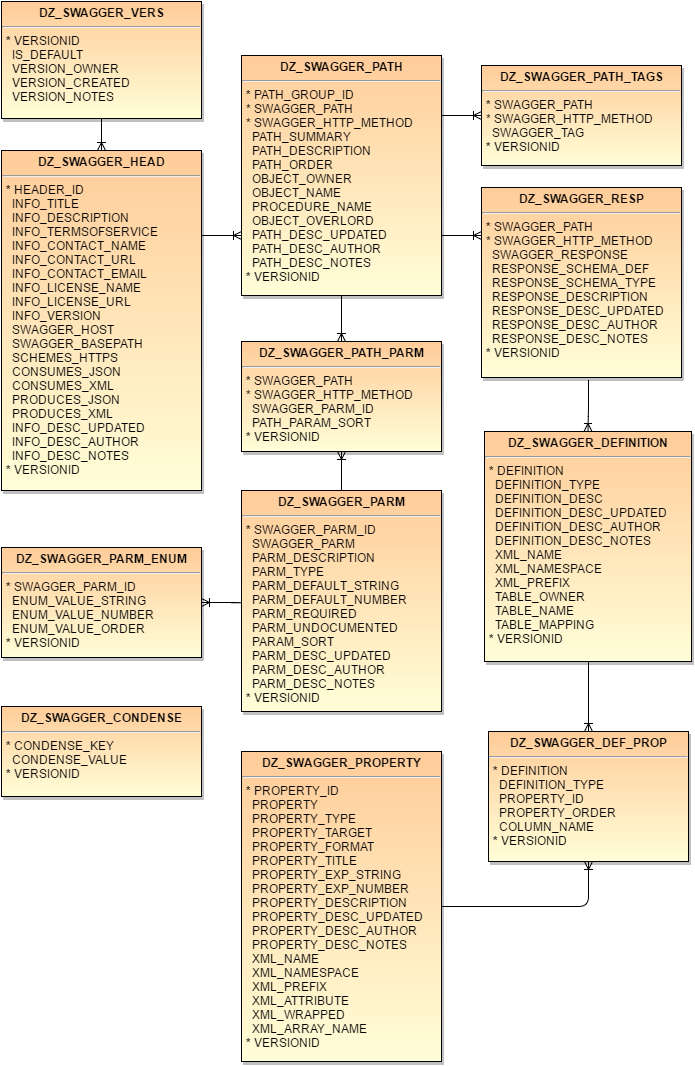
This is ERD.png from pauldzy/DZ_SWAGGER, a draw.io export, as it was before one commit. Source tidied: cells renumbered, new cells last; positions are measured from the earlier drawing's top-left corner, leaving out a move shared by most shapes.
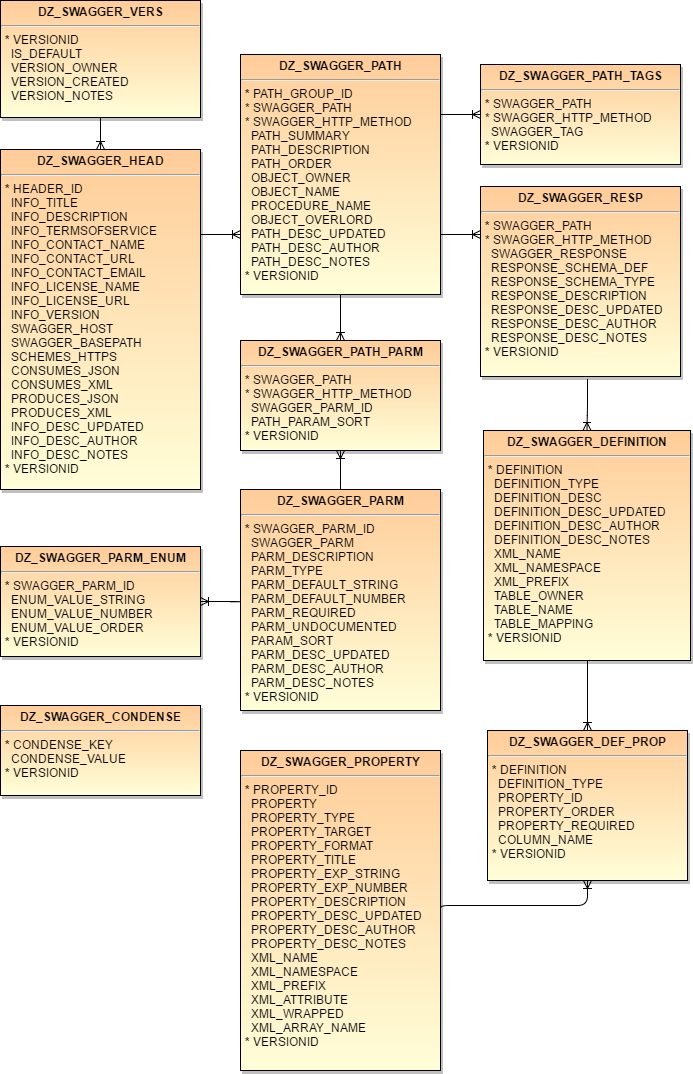
Later version of the same file.

Change to the diagram source:
```diff
@@ -53,11 +53,11 @@
     <mxCell id="18" style="edgeStyle=elbowEdgeStyle;html=1;endArrow=ERoneToMany;exitX=0.535;exitY=1.016;elbow=vertical;exitPerimeter=0;" parent="1" edge="1" source="7" target="17">
       <mxGeometry x="160" y="157" as="geometry" />
     </mxCell>
-    <mxCell id="19" value="&lt;p style=&quot;margin: 0px ; margin-top: 4px ; text-align: center&quot;&gt;&lt;strong&gt;DZ_SWAGGER_DEF_PROP&lt;/strong&gt;&lt;/p&gt;&lt;hr&gt;&lt;p style=&quot;margin: 0px ; margin-left: 4px&quot;&gt;&lt;b&gt;*&amp;nbsp;&lt;/b&gt;DEFINITION&lt;/p&gt;&lt;p style=&quot;margin: 0px ; margin-left: 4px&quot;&gt;&lt;span&gt;&amp;nbsp; DEFINITION_TYPE&lt;/span&gt;&lt;/p&gt;&lt;p style=&quot;margin: 0px ; margin-left: 4px&quot;&gt;&lt;span&gt;&amp;nbsp; PROPERTY_ID&lt;/span&gt;&lt;/p&gt;&lt;p style=&quot;margin: 0px ; margin-left: 4px&quot;&gt;&lt;span&gt;&amp;nbsp; PROPERTY_ORDER&lt;/span&gt;&lt;/p&gt;&lt;p style=&quot;margin: 0px ; margin-left: 4px&quot;&gt;&lt;span&gt;&amp;nbsp; COLUMN_NAME&lt;/span&gt;&lt;/p&gt;&lt;p style=&quot;margin: 0px ; margin-left: 4px&quot;&gt;&lt;b&gt;*&amp;nbsp;&lt;/b&gt;&lt;span&gt;VERSIONID&lt;/span&gt;&lt;/p&gt;" style="shadow=1;fillColor=#FFCC99;gradientColor=#FFFED8;verticalAlign=top;align=left;overflow=fill;fontSize=12;fontFamily=Helvetica;html=1;" parent="1" vertex="1">
-      <mxGeometry x="487" y="730" width="200" height="130" as="geometry" />
+    <mxCell id="19" value="&lt;p style=&quot;margin: 0px ; margin-top: 4px ; text-align: center&quot;&gt;&lt;strong&gt;DZ_SWAGGER_DEF_PROP&lt;/strong&gt;&lt;/p&gt;&lt;hr&gt;&lt;p style=&quot;margin: 0px ; margin-left: 4px&quot;&gt;&lt;b&gt;*&amp;nbsp;&lt;/b&gt;DEFINITION&lt;/p&gt;&lt;p style=&quot;margin: 0px ; margin-left: 4px&quot;&gt;&lt;span&gt;&amp;nbsp; DEFINITION_TYPE&lt;/span&gt;&lt;/p&gt;&lt;p style=&quot;margin: 0px ; margin-left: 4px&quot;&gt;&lt;span&gt;&amp;nbsp; PROPERTY_ID&lt;/span&gt;&lt;/p&gt;&lt;p style=&quot;margin: 0px ; margin-left: 4px&quot;&gt;&lt;span&gt;&amp;nbsp; PROPERTY_ORDER&lt;/span&gt;&lt;/p&gt;&lt;p style=&quot;margin: 0px ; margin-left: 4px&quot;&gt;&lt;span&gt;&amp;nbsp; PROPERTY_REQUIRED&lt;/span&gt;&lt;/p&gt;&lt;p style=&quot;margin: 0px ; margin-left: 4px&quot;&gt;&lt;span&gt;&amp;nbsp; COLUMN_NAME&lt;/span&gt;&lt;/p&gt;&lt;p style=&quot;margin: 0px ; margin-left: 4px&quot;&gt;&lt;b&gt;*&amp;nbsp;&lt;/b&gt;&lt;span&gt;VERSIONID&lt;/span&gt;&lt;/p&gt;" style="shadow=1;fillColor=#FFCC99;gradientColor=#FFFED8;verticalAlign=top;align=left;overflow=fill;fontSize=12;fontFamily=Helvetica;html=1;" parent="1" vertex="1">
+      <mxGeometry x="487" y="730" width="200" height="150" as="geometry" />
     </mxCell>
     <mxCell id="20" value="&lt;p style=&quot;margin: 0px ; margin-top: 4px ; text-align: center&quot;&gt;&lt;strong&gt;DZ_SWAGGER_PROPERTY&lt;/strong&gt;&lt;/p&gt;&lt;hr&gt;&lt;p style=&quot;margin: 0px ; margin-left: 4px&quot;&gt;&lt;b&gt;*&amp;nbsp;&lt;/b&gt;&lt;span&gt;PROPERTY_ID&lt;/span&gt;&lt;/p&gt;&lt;p style=&quot;margin: 0px ; margin-left: 4px&quot;&gt;&lt;span&gt;&amp;nbsp; PROPERTY&lt;/span&gt;&lt;/p&gt;&lt;p style=&quot;margin: 0px ; margin-left: 4px&quot;&gt;&lt;span&gt;&amp;nbsp; PROPERTY_TYPE&lt;/span&gt;&lt;/p&gt;&lt;p style=&quot;margin: 0px ; margin-left: 4px&quot;&gt;&lt;span&gt;&amp;nbsp; PROPERTY_TARGET&lt;/span&gt;&lt;/p&gt;&lt;p style=&quot;margin: 0px ; margin-left: 4px&quot;&gt;&lt;span&gt;&amp;nbsp; PROPERTY_FORMAT&lt;/span&gt;&lt;/p&gt;&lt;p style=&quot;margin: 0px ; margin-left: 4px&quot;&gt;&amp;nbsp; PROPERTY_TITLE&lt;/p&gt;&lt;p style=&quot;margin: 0px ; margin-left: 4px&quot;&gt;&lt;span&gt;&amp;nbsp; PROPERTY_EXP_STRING&lt;/span&gt;&lt;/p&gt;&lt;p style=&quot;margin: 0px ; margin-left: 4px&quot;&gt;&lt;span&gt;&amp;nbsp; PROPERTY_EXP_NUMBER&lt;/span&gt;&lt;/p&gt;&lt;p style=&quot;margin: 0px ; margin-left: 4px&quot;&gt;&lt;span&gt;&amp;nbsp; PROPERTY_DESCRIPTION&lt;/span&gt;&lt;/p&gt;&lt;p style=&quot;margin: 0px ; margin-left: 4px&quot;&gt;&lt;span&gt;&amp;nbsp; PROPERTY_DESC_UPDATED&lt;/span&gt;&lt;/p&gt;&lt;p style=&quot;margin: 0px ; margin-left: 4px&quot;&gt;&lt;span&gt;&amp;nbsp; PROPERTY_DESC_AUTHOR&lt;/span&gt;&lt;/p&gt;&lt;p style=&quot;margin: 0px ; margin-left: 4px&quot;&gt;&lt;span&gt;&amp;nbsp; PROPERTY_DESC_NOTES&lt;/span&gt;&lt;/p&gt;&lt;p style=&quot;margin: 0px ; margin-left: 4px&quot;&gt;&amp;nbsp; XML_NAME&lt;/p&gt;&lt;p style=&quot;margin: 0px ; margin-left: 4px&quot;&gt;&amp;nbsp; XML_NAMESPACE&lt;/p&gt;&lt;p style=&quot;margin: 0px ; margin-left: 4px&quot;&gt;&amp;nbsp; XML_PREFIX&lt;/p&gt;&lt;p style=&quot;margin: 0px ; margin-left: 4px&quot;&gt;&amp;nbsp; XML_ATTRIBUTE&lt;/p&gt;&lt;p style=&quot;margin: 0px ; margin-left: 4px&quot;&gt;&amp;nbsp; XML_WRAPPED&lt;/p&gt;&lt;p style=&quot;margin: 0px ; margin-left: 4px&quot;&gt;&amp;nbsp; XML_ARRAY_NAME&lt;/p&gt;&lt;p style=&quot;margin: 0px ; margin-left: 4px&quot;&gt;&lt;b&gt;*&amp;nbsp;&lt;/b&gt;&lt;span&gt;VERSIONID&lt;/span&gt;&lt;/p&gt;" style="shadow=1;fillColor=#FFCC99;gradientColor=#FFFED8;verticalAlign=top;align=left;overflow=fill;fontSize=12;fontFamily=Helvetica;html=1;" parent="1" vertex="1">
-      <mxGeometry x="240" y="750" width="200" height="310" as="geometry" />
+      <mxGeometry x="240" y="750" width="200" height="320" as="geometry" />
     </mxCell>
     <mxCell id="21" value="&lt;p style=&quot;margin: 0px ; margin-top: 4px ; text-align: center&quot;&gt;&lt;strong&gt;DZ_SWAGGER_CONDENSE&lt;/strong&gt;&lt;/p&gt;&lt;hr&gt;&lt;p style=&quot;margin: 0px ; margin-left: 4px&quot;&gt;&lt;b&gt;* &lt;/b&gt;CONDENSE_KEY&lt;/p&gt;&lt;p style=&quot;margin: 0px ; margin-left: 4px&quot;&gt;&amp;nbsp; CONDENSE_VALUE&lt;/p&gt;&lt;p style=&quot;margin: 0px ; margin-left: 4px&quot;&gt;&lt;b&gt;*&amp;nbsp;&lt;/b&gt;&lt;span&gt;VERSIONID&lt;/span&gt;&lt;/p&gt;" style="shadow=1;fillColor=#FFCC99;gradientColor=#FFFED8;verticalAlign=top;align=left;overflow=fill;fontSize=12;fontFamily=Helvetica;html=1;" parent="1" vertex="1">
       <mxGeometry y="705" width="200" height="90" as="geometry" />
```
